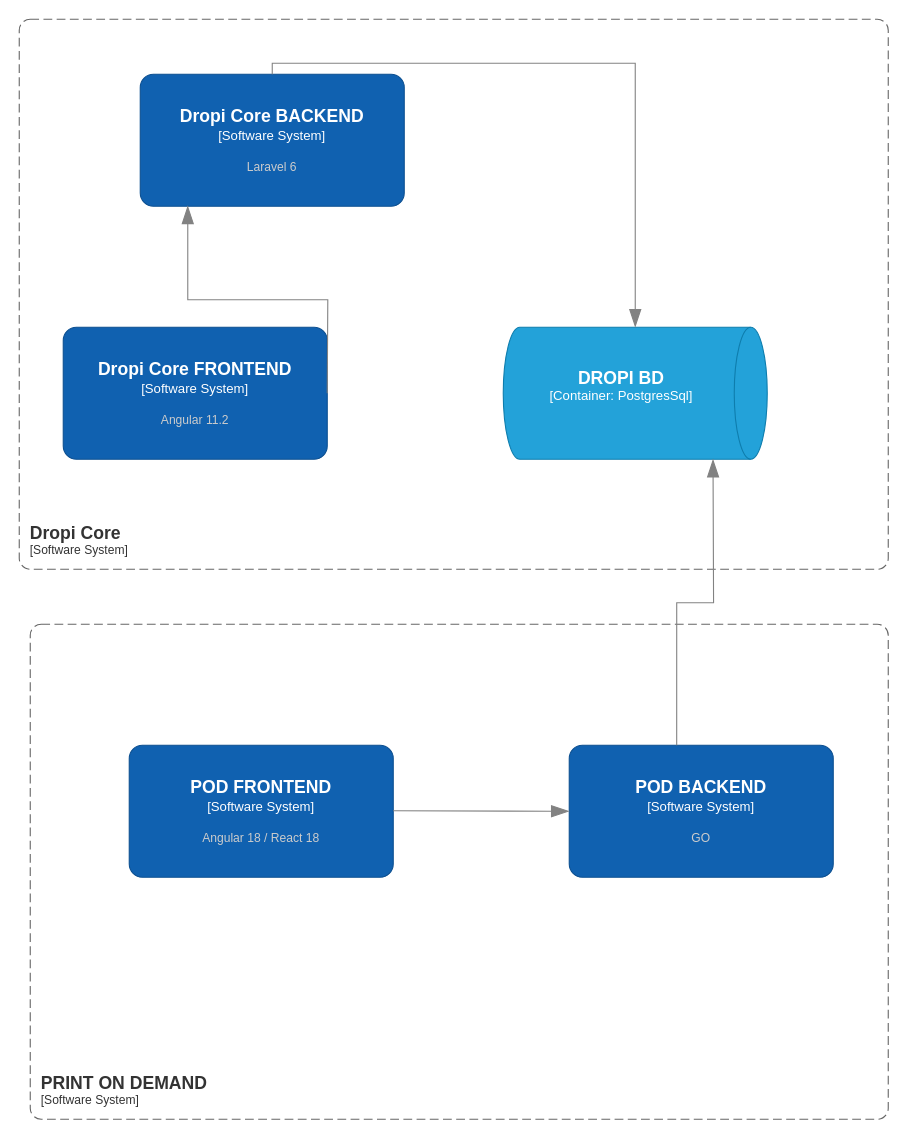
Above: page "CONTENEDORES" (6 of 6) of diagrams/MER-pod.drawio in jhaineymilevis/pod (draw.io), before the change. Source tidied: cells renumbered, new cells numbered last; positions are measured from the earlier drawing's top-left corner, leaving out a move shared by most shapes. Both pictures are drawn from the tidied source at 110%, with x=0, y=0 at pixel (19, 19).
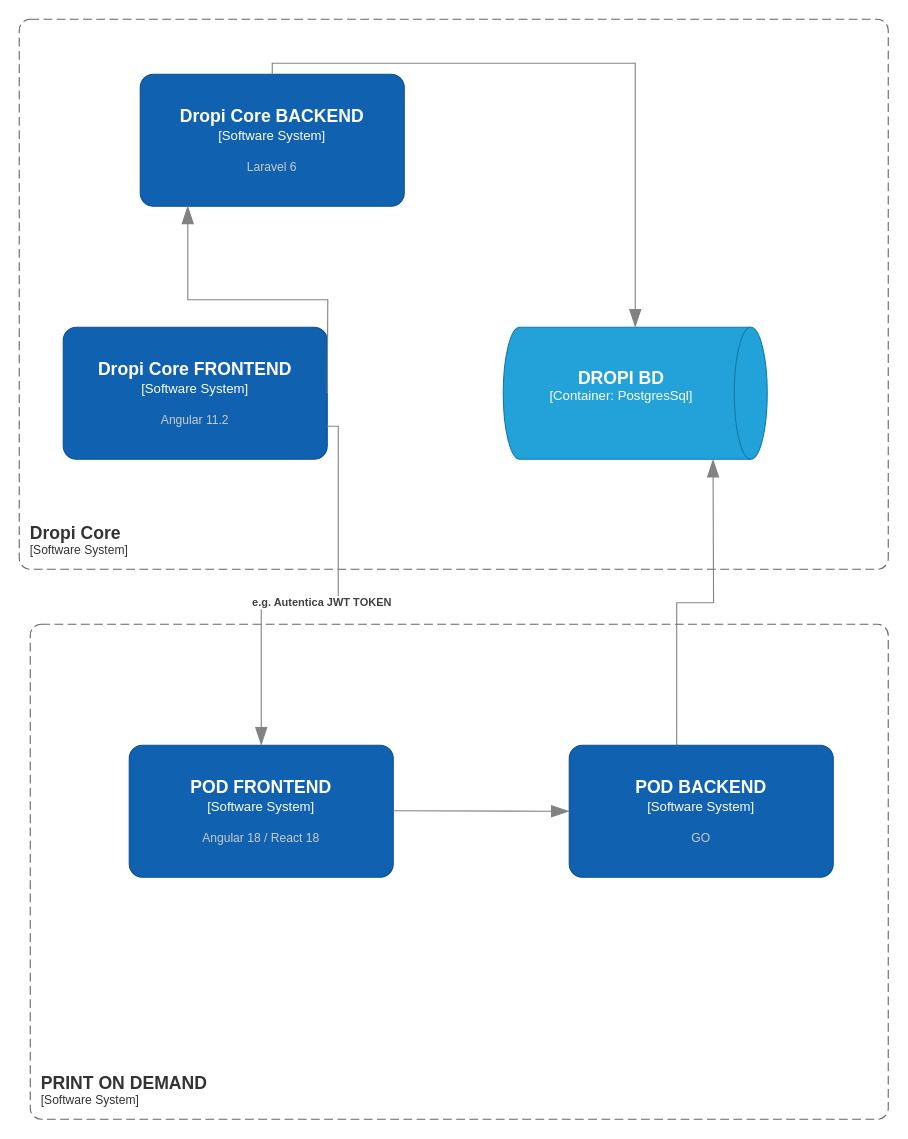
Above is the later version.

The change refers to these unchanged cells:
```xml
<object id="4" label="&lt;font style=&quot;font-size: 16px&quot;&gt;&lt;b&gt;%c4Name%&lt;/b&gt;&lt;/font&gt;&lt;div&gt;[%c4Type%]&lt;/div&gt;&lt;br&gt;&lt;div&gt;&lt;font style=&quot;font-size: 11px&quot;&gt;&lt;font color=&quot;#cccccc&quot;&gt;%c4Description%&lt;/font&gt;&lt;/div&gt;" c4Description="Angular 11.2" c4Name="Dropi Core FRONTEND" c4Type="Software System" placeholders="1">
  <mxCell style="rounded=1;whiteSpace=wrap;html=1;labelBackgroundColor=none;fillColor=#1061B0;fontColor=#ffffff;align=center;arcSize=10;strokeColor=#0D5091;points=[[0.25,0,0],[0.5,0,0],[0.75,0,0],[1,0.25,0],[1,0.5,0],[1,0.75,0],[0.75,1,0],[0.5,1,0],[0.25,1,0],[0,0.75,0],[0,0.5,0],[0,0.25,0]];" parent="1" vertex="1">
    <mxGeometry x="40" y="280" width="240" height="120" as="geometry" />
  </mxCell>
</object>
<object id="9" label="&lt;font style=&quot;font-size: 16px&quot;&gt;&lt;b&gt;%c4Name%&lt;/b&gt;&lt;/font&gt;&lt;div&gt;[%c4Type%]&lt;/div&gt;&lt;br&gt;&lt;div&gt;&lt;font style=&quot;font-size: 11px&quot;&gt;&lt;font color=&quot;#cccccc&quot;&gt;%c4Description%&lt;/font&gt;&lt;/div&gt;" c4Description="Angular 18 / React 18" c4Name="POD FRONTEND" c4Type="Software System" placeholders="1">
  <mxCell style="rounded=1;whiteSpace=wrap;html=1;labelBackgroundColor=none;fillColor=#1061B0;fontColor=#ffffff;align=center;arcSize=10;strokeColor=#0D5091;points=[[0.25,0,0],[0.5,0,0],[0.75,0,0],[1,0.25,0],[1,0.5,0],[1,0.75,0],[0.75,1,0],[0.5,1,0],[0.25,1,0],[0,0.75,0],[0,0.5,0],[0,0.25,0]];" parent="1" vertex="1">
    <mxGeometry x="100" y="660" width="240" height="120" as="geometry" />
  </mxCell>
</object>
```

What changed in the source:
```diff
@@
+    <object id="13" label="&lt;div style=&quot;text-align: left&quot;&gt;&lt;div style=&quot;text-align: center&quot;&gt;&lt;b&gt;%c4Description%&lt;/b&gt;&lt;/div&gt;" c4Description="e.g. Autentica JWT TOKEN" placeholders="1">
+      <mxCell style="endArrow=blockThin;html=1;fontSize=10;fontColor=#404040;strokeWidth=1;endFill=1;strokeColor=#828282;elbow=vertical;endSize=14;startSize=14;jumpStyle=arc;jumpSize=16;rounded=0;edgeStyle=orthogonalEdgeStyle;exitX=1;exitY=0.75;exitDx=0;exitDy=0;exitPerimeter=0;" parent="1" edge="1" source="4" target="9">
+        <mxGeometry relative="1" as="geometry" />
+      </mxCell>
+    </object>
```
